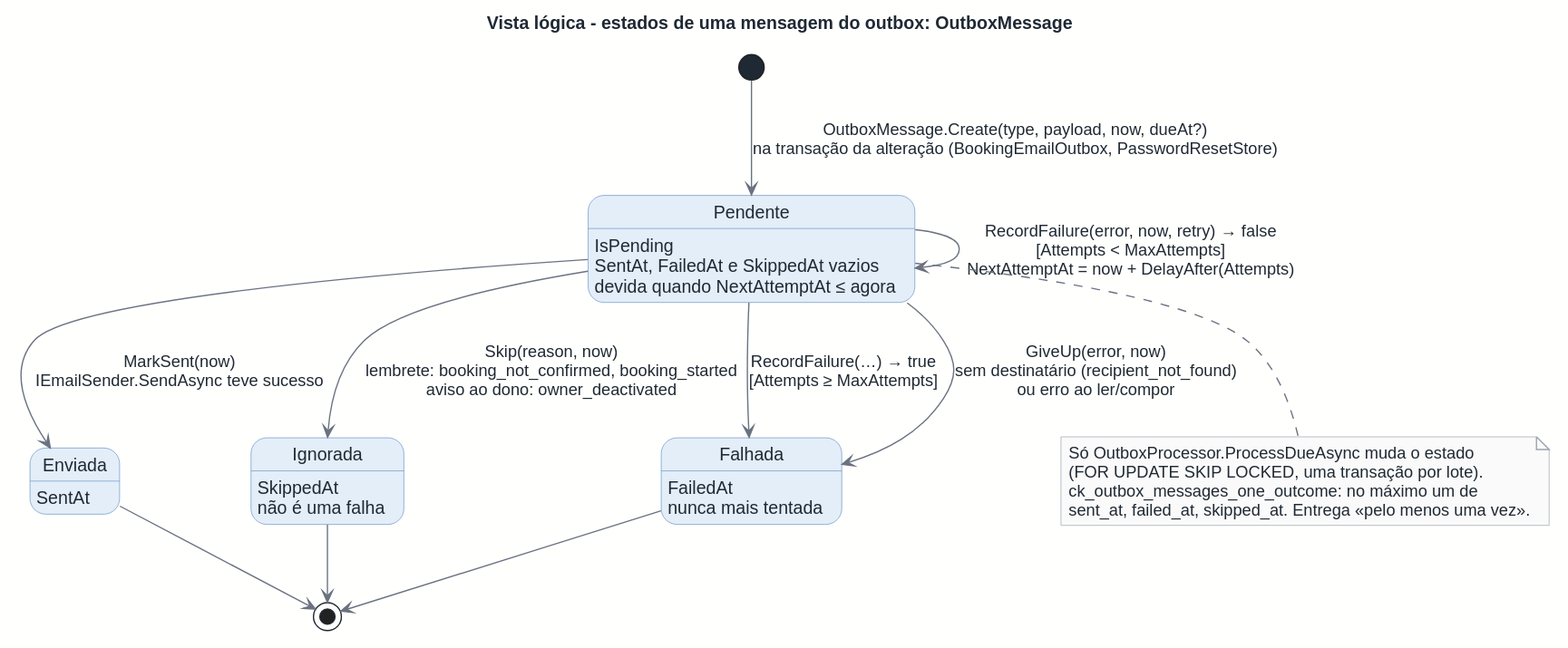
Earlier version of the PlantUML export docs/architecture/out/logical-state-outbox.svg (rodrigo4sousa/SportsEstablishments).
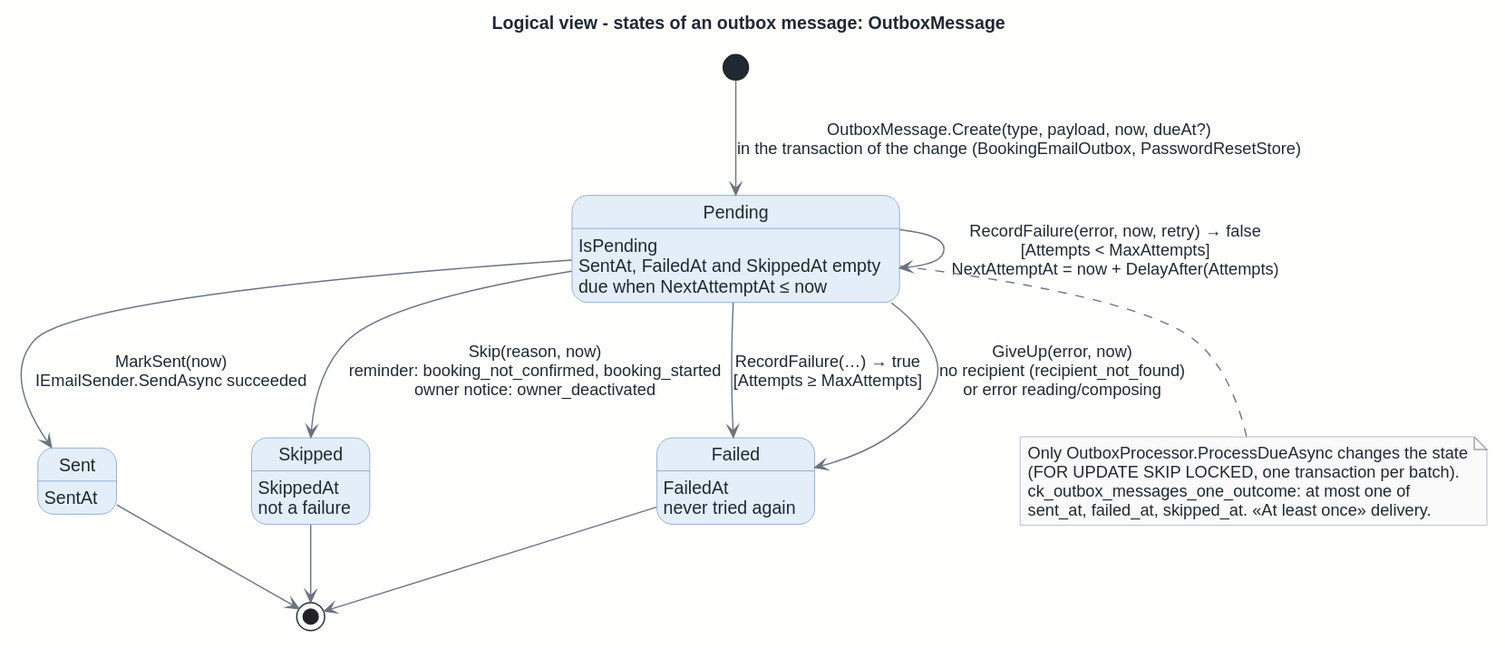
Later version of the same file.

Change to the diagram source:
```diff
@@ -1,27 +1,27 @@
 @startuml
 !include ../style.puml
-title Vista lógica - estados de uma mensagem do outbox: OutboxMessage
+title Logical view - states of an outbox message: OutboxMessage
 
 hide empty description
-state Pendente : IsPending\nSentAt, FailedAt e SkippedAt vazios\ndevida quando NextAttemptAt ≤ agora
-state Enviada : SentAt
-state Ignorada : SkippedAt\nnão é uma falha
-state Falhada : FailedAt\nnunca mais tentada
+state Pending : IsPending\nSentAt, FailedAt and SkippedAt empty\ndue when NextAttemptAt ≤ now
+state Sent : SentAt
+state Skipped : SkippedAt\nnot a failure
+state Failed : FailedAt\nnever tried again
 
-[*] --> Pendente : OutboxMessage.Create(type, payload, now, dueAt?)\nna transação da alteração (BookingEmailOutbox, PasswordResetStore)
-Pendente --> Enviada : MarkSent(now)\nIEmailSender.SendAsync teve sucesso
-Pendente --> Pendente : RecordFailure(error, now, retry) → false\n[Attempts < MaxAttempts]\nNextAttemptAt = now + DelayAfter(Attempts)
-Pendente --> Falhada : RecordFailure(…) → true\n[Attempts ≥ MaxAttempts]
-Pendente --> Falhada : GiveUp(error, now)\nsem destinatário (recipient_not_found)\nou erro ao ler/compor
-Pendente --> Ignorada : Skip(reason, now)\nlembrete: booking_not_confirmed, booking_started\naviso ao dono: owner_deactivated
-Enviada --> [*]
-Ignorada --> [*]
-Falhada --> [*]
+[*] --> Pending : OutboxMessage.Create(type, payload, now, dueAt?)\nin the transaction of the change (BookingEmailOutbox, PasswordResetStore)
+Pending --> Sent : MarkSent(now)\nIEmailSender.SendAsync succeeded
+Pending --> Pending : RecordFailure(error, now, retry) → false\n[Attempts < MaxAttempts]\nNextAttemptAt = now + DelayAfter(Attempts)
+Pending --> Failed : RecordFailure(…) → true\n[Attempts ≥ MaxAttempts]
+Pending --> Failed : GiveUp(error, now)\nno recipient (recipient_not_found)\nor error reading/composing
+Pending --> Skipped : Skip(reason, now)\nreminder: booking_not_confirmed, booking_started\nowner notice: owner_deactivated
+Sent --> [*]
+Skipped --> [*]
+Failed --> [*]
 
-note bottom of Pendente
-  Só OutboxProcessor.ProcessDueAsync muda o estado
-  (FOR UPDATE SKIP LOCKED, uma transação por lote).
-  ck_outbox_messages_one_outcome: no máximo um de
-  sent_at, failed_at, skipped_at. Entrega «pelo menos uma vez».
+note bottom of Pending
+  Only OutboxProcessor.ProcessDueAsync changes the state
+  (FOR UPDATE SKIP LOCKED, one transaction per batch).
+  ck_outbox_messages_one_outcome: at most one of
+  sent_at, failed_at, skipped_at. «At least once» delivery.
 end note
 @enduml
```
